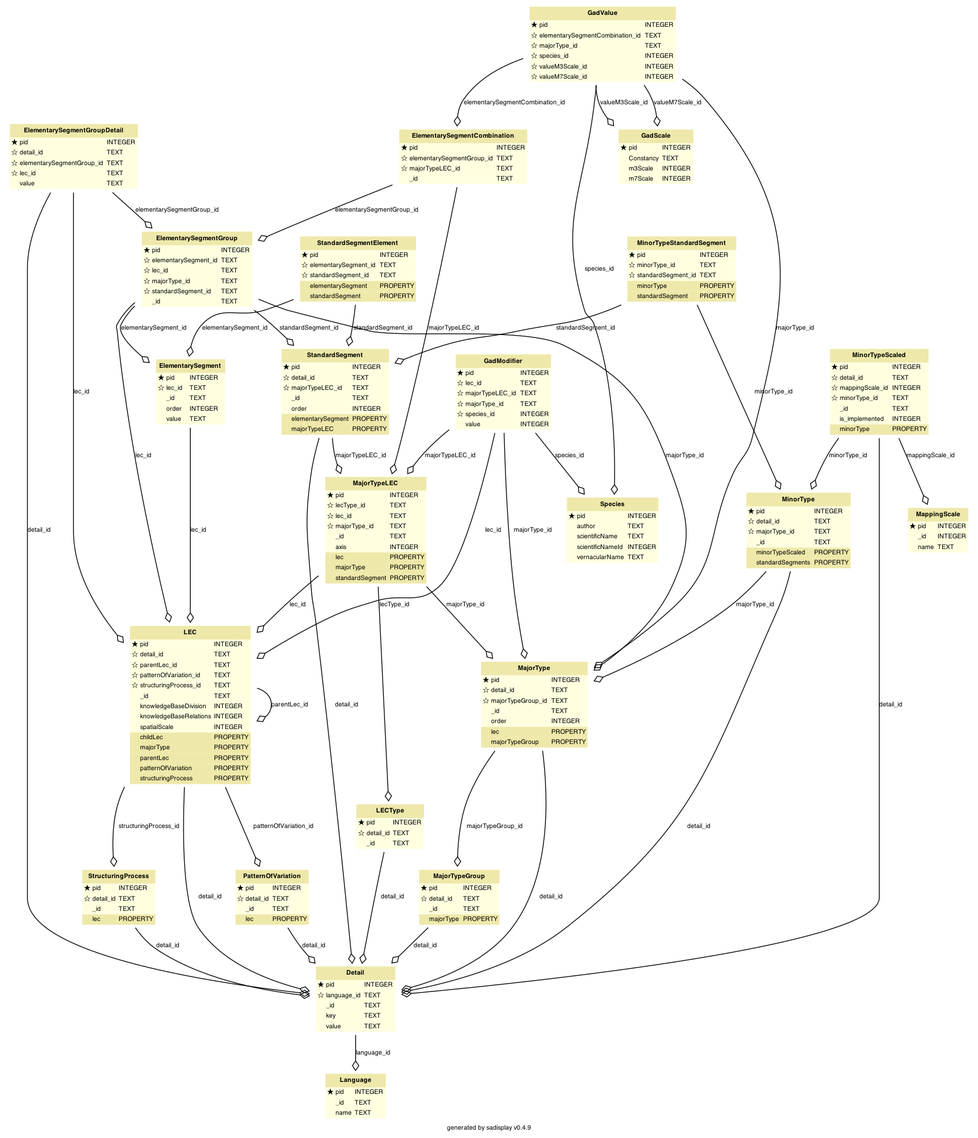
Earlier version of the Graphviz export scripts/database/schema.png (MichalTorma/natur-i-norge). Its source is kept beside it as scripts/database/schema.dot.
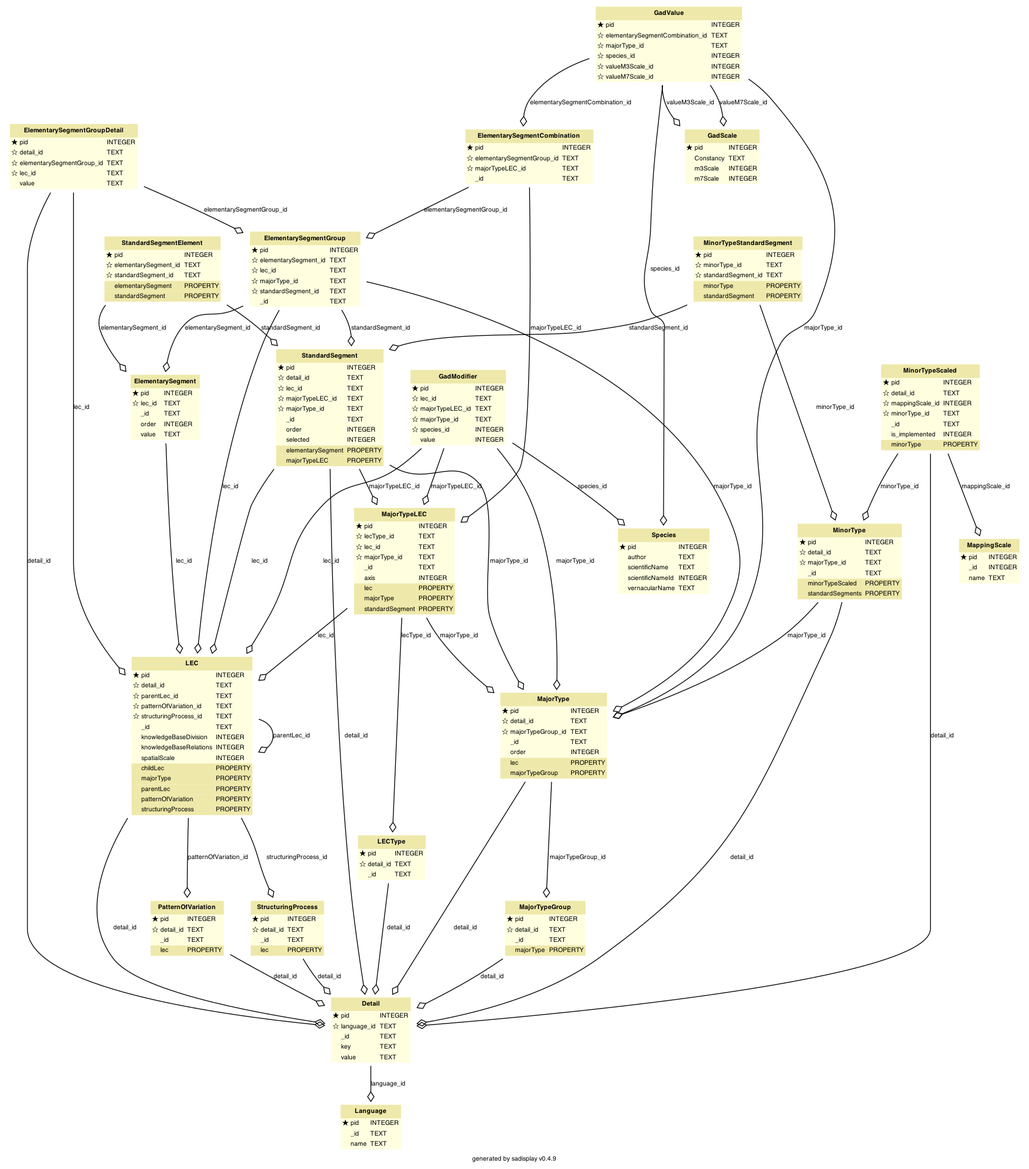
After the commit.

The edit, as a diff of the source:
```diff
@@ -711,15 +711,27 @@
         ></TD><TD ALIGN="LEFT"
         ><FONT FACE="Bitstream Vera Sans">TEXT</FONT
         ></TD></TR> <TR><TD ALIGN="LEFT" BORDER="0"
+        ><FONT FACE="Bitstream Vera Sans">☆ lec_id</FONT
+        ></TD><TD ALIGN="LEFT"
+        ><FONT FACE="Bitstream Vera Sans">TEXT</FONT
+        ></TD></TR> <TR><TD ALIGN="LEFT" BORDER="0"
         ><FONT FACE="Bitstream Vera Sans">☆ majorTypeLEC_id</FONT
         ></TD><TD ALIGN="LEFT"
         ><FONT FACE="Bitstream Vera Sans">TEXT</FONT
         ></TD></TR> <TR><TD ALIGN="LEFT" BORDER="0"
+        ><FONT FACE="Bitstream Vera Sans">☆ majorType_id</FONT
+        ></TD><TD ALIGN="LEFT"
+        ><FONT FACE="Bitstream Vera Sans">TEXT</FONT
+        ></TD></TR> <TR><TD ALIGN="LEFT" BORDER="0"
         ><FONT FACE="Bitstream Vera Sans">⚪ _id</FONT
         ></TD><TD ALIGN="LEFT"
         ><FONT FACE="Bitstream Vera Sans">TEXT</FONT
         ></TD></TR> <TR><TD ALIGN="LEFT" BORDER="0"
         ><FONT FACE="Bitstream Vera Sans">⚪ order</FONT
+        ></TD><TD ALIGN="LEFT"
+        ><FONT FACE="Bitstream Vera Sans">INTEGER</FONT
+        ></TD></TR> <TR><TD ALIGN="LEFT" BORDER="0"
+        ><FONT FACE="Bitstream Vera Sans">⚪ selected</FONT
         ></TD><TD ALIGN="LEFT"
         ><FONT FACE="Bitstream Vera Sans">INTEGER</FONT
         ></TD></TR><TR><TD ALIGN="LEFT" BORDER="0"
@@ -845,6 +857,8 @@
 	"PatternOfVariation" -> "Detail" [label = "detail_id"]
 	"StandardSegment" -> "MajorTypeLEC" [label = "majorTypeLEC_id"]
 	"StandardSegment" -> "Detail" [label = "detail_id"]
+	"StandardSegment" -> "LEC" [label = "lec_id"]
+	"StandardSegment" -> "MajorType" [label = "majorType_id"]
 	"StandardSegmentElement" -> "StandardSegment" [label = "standardSegment_id"]
 	"StandardSegmentElement" -> "ElementarySegment" [label = "elementarySegment_id"]
 	"StructuringProcess" -> "Detail" [label = "detail_id"]
```
